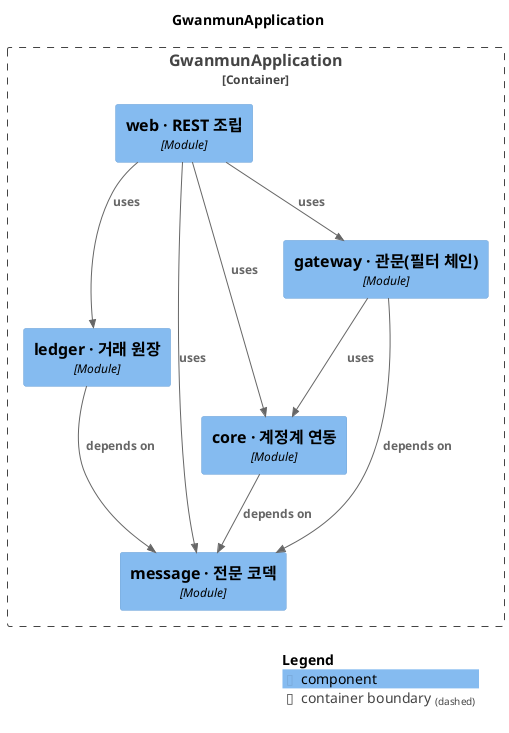
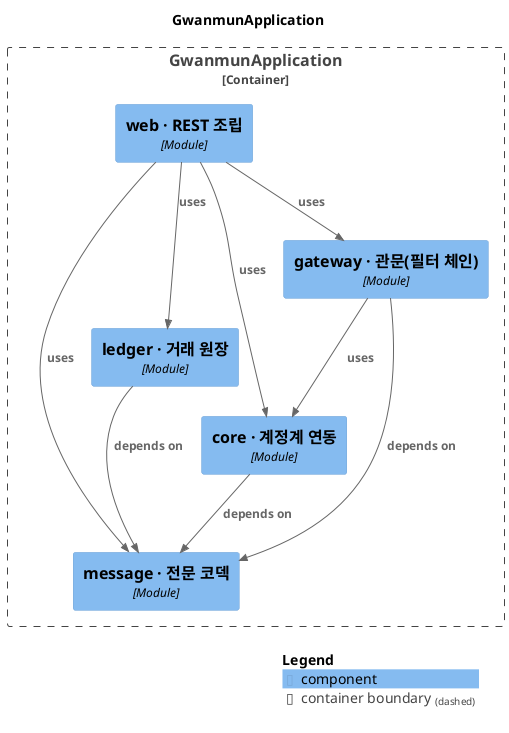
@startuml
set separator none
title GwanmunApplication

top to bottom direction

!include <C4/C4>
!include <C4/C4_Context>
!include <C4/C4_Component>

Container_Boundary("GwanmunApplication.GwanmunApplication_boundary", "GwanmunApplication", $tags="") {
+   Component(GwanmunApplication.GwanmunApplication.message전문코덱, "message · 전문 코덱", $techn="Module", $descr="", $tags="", $link="")
+   Component(GwanmunApplication.GwanmunApplication.core계정계연동, "core · 계정계 연동", $techn="Module", $descr="", $tags="", $link="")
  Component(GwanmunApplication.GwanmunApplication.ledger거래원장, "ledger · 거래 원장", $techn="Module", $descr="", $tags="", $link="")
-   Component(GwanmunApplication.GwanmunApplication.core계정계연동, "core · 계정계 연동", $techn="Module", $descr="", $tags="", $link="")
+   Component(GwanmunApplication.GwanmunApplication.gateway관문필터체인, "gateway · 관문(필터 체인)", $techn="Module", $descr="", $tags="", $link="")
  Component(GwanmunApplication.GwanmunApplication.webREST조립, "web · REST 조립", $techn="Module", $descr="", $tags="", $link="")
-   Component(GwanmunApplication.GwanmunApplication.message전문코덱, "message · 전문 코덱", $techn="Module", $descr="", $tags="", $link="")
-   Component(GwanmunApplication.GwanmunApplication.gateway관문필터체인, "gateway · 관문(필터 체인)", $techn="Module", $descr="", $tags="", $link="")
}

+ Rel(GwanmunApplication.GwanmunApplication.gateway관문필터체인, GwanmunApplication.GwanmunApplication.message전문코덱, "depends on", $techn="", $tags="", $link="")
+ Rel(GwanmunApplication.GwanmunApplication.gateway관문필터체인, GwanmunApplication.GwanmunApplication.core계정계연동, "uses", $techn="", $tags="", $link="")
+ Rel(GwanmunApplication.GwanmunApplication.ledger거래원장, GwanmunApplication.GwanmunApplication.message전문코덱, "depends on", $techn="", $tags="", $link="")
Rel(GwanmunApplication.GwanmunApplication.webREST조립, GwanmunApplication.GwanmunApplication.gateway관문필터체인, "uses", $techn="", $tags="", $link="")
Rel(GwanmunApplication.GwanmunApplication.webREST조립, GwanmunApplication.GwanmunApplication.ledger거래원장, "uses", $techn="", $tags="", $link="")
Rel(GwanmunApplication.GwanmunApplication.webREST조립, GwanmunApplication.GwanmunApplication.message전문코덱, "uses", $techn="", $tags="", $link="")
Rel(GwanmunApplication.GwanmunApplication.webREST조립, GwanmunApplication.GwanmunApplication.core계정계연동, "uses", $techn="", $tags="", $link="")
- Rel(GwanmunApplication.GwanmunApplication.gateway관문필터체인, GwanmunApplication.GwanmunApplication.message전문코덱, "depends on", $techn="", $tags="", $link="")
- Rel(GwanmunApplication.GwanmunApplication.gateway관문필터체인, GwanmunApplication.GwanmunApplication.core계정계연동, "uses", $techn="", $tags="", $link="")
Rel(GwanmunApplication.GwanmunApplication.core계정계연동, GwanmunApplication.GwanmunApplication.message전문코덱, "depends on", $techn="", $tags="", $link="")
- Rel(GwanmunApplication.GwanmunApplication.ledger거래원장, GwanmunApplication.GwanmunApplication.message전문코덱, "depends on", $techn="", $tags="", $link="")

SHOW_LEGEND(true)
@enduml